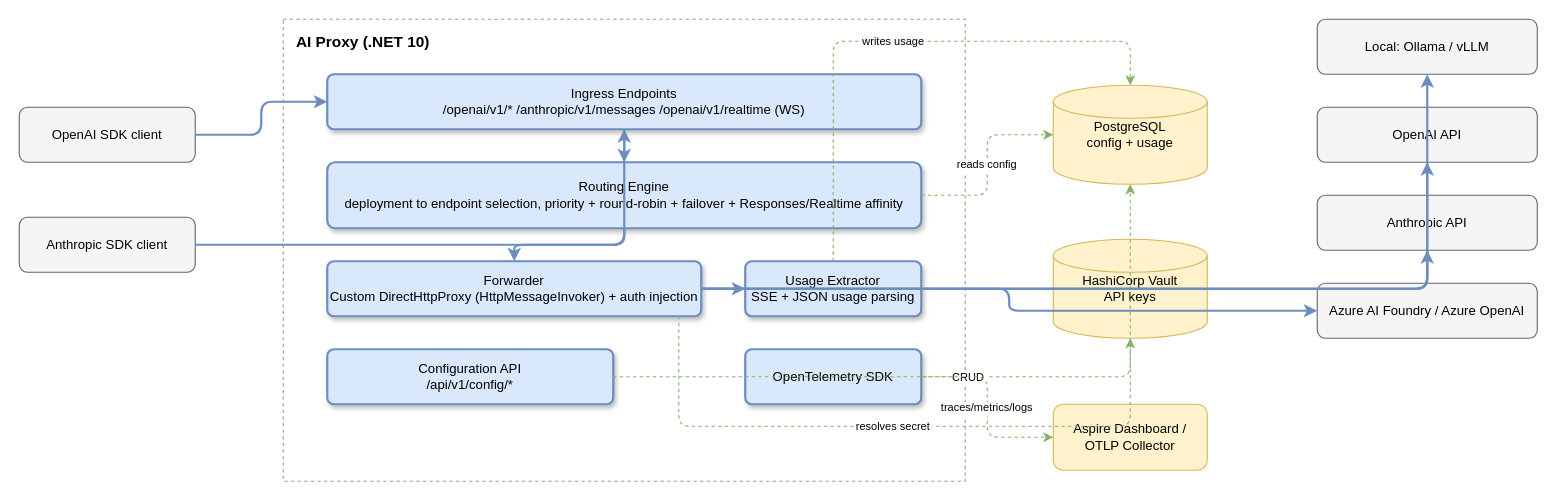
The draw.io diagram specs/architecture/diagrams/01-high-level-architecture.drawio in azureholic/AIProxyPlus, before the edit. Source tidied: cells renumbered, new cells numbered last; positions are measured from the earlier drawing's top-left corner, leaving out a move shared by most shapes. Both pictures are drawn from the tidied source at 110%, with x=0, y=0 at pixel (19, 19).
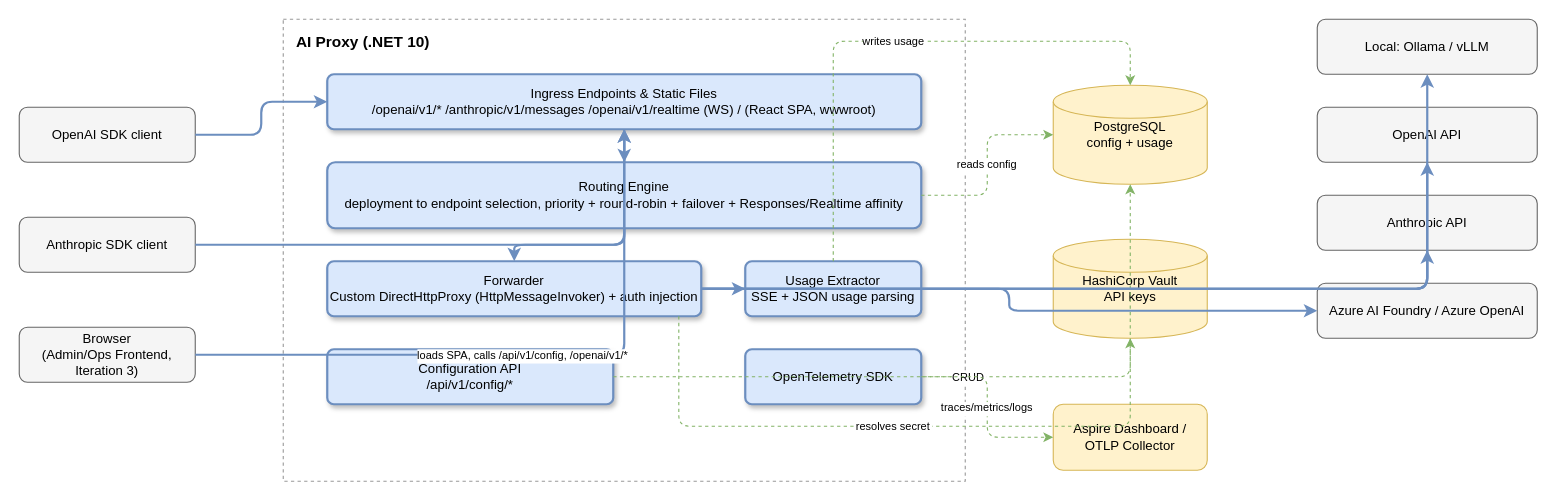
The same diagram, later.

Commit message (it also covers changes not shown here):
Iteration 3 Phase 6: documentation (architecture.md SS19, diagram, README)

Diff of the diagram source:
```diff
@@
+    <mxCell id="32" value="Browser&#10;(Admin/Ops Frontend, Iteration 3)" style="rounded=1;whiteSpace=wrap;html=1;fillColor=#f5f5f5;strokeColor=#666666;" parent="1" vertex="1">
+      <mxGeometry y="280" width="160" height="50" as="geometry" />
+    </mxCell>
@@
-    <mxCell id="5" value="Ingress Endpoints&#10;/openai/v1/*  /anthropic/v1/messages  /openai/v1/realtime (WS)" style="rounded=1;whiteSpace=wrap;html=1;fillColor=#dae8fc;strokeColor=#6c8ebf;strokeWidth=2;arcSize=12;shadow=1;" parent="1" vertex="1">
+    <mxCell id="5" value="Ingress Endpoints &amp; Static Files&#10;/openai/v1/*  /anthropic/v1/messages  /openai/v1/realtime (WS)  /  (React SPA, wwwroot)" style="rounded=1;whiteSpace=wrap;html=1;fillColor=#dae8fc;strokeColor=#6c8ebf;strokeWidth=2;arcSize=12;shadow=1;" parent="1" vertex="1">
       <mxGeometry x="280" y="50" width="540" height="50" as="geometry" />
     </mxCell>
@@
+    <mxCell id="33" value="loads SPA, calls /api/v1/config, /openai/v1/*" style="edgeStyle=orthogonalEdgeStyle;rounded=1;strokeColor=#6c8ebf;strokeWidth=2;fontSize=10;labelBackgroundColor=#ffffff;" parent="1" edge="1" source="32" target="5">
+      <mxGeometry relative="1" as="geometry" />
+    </mxCell>
```
